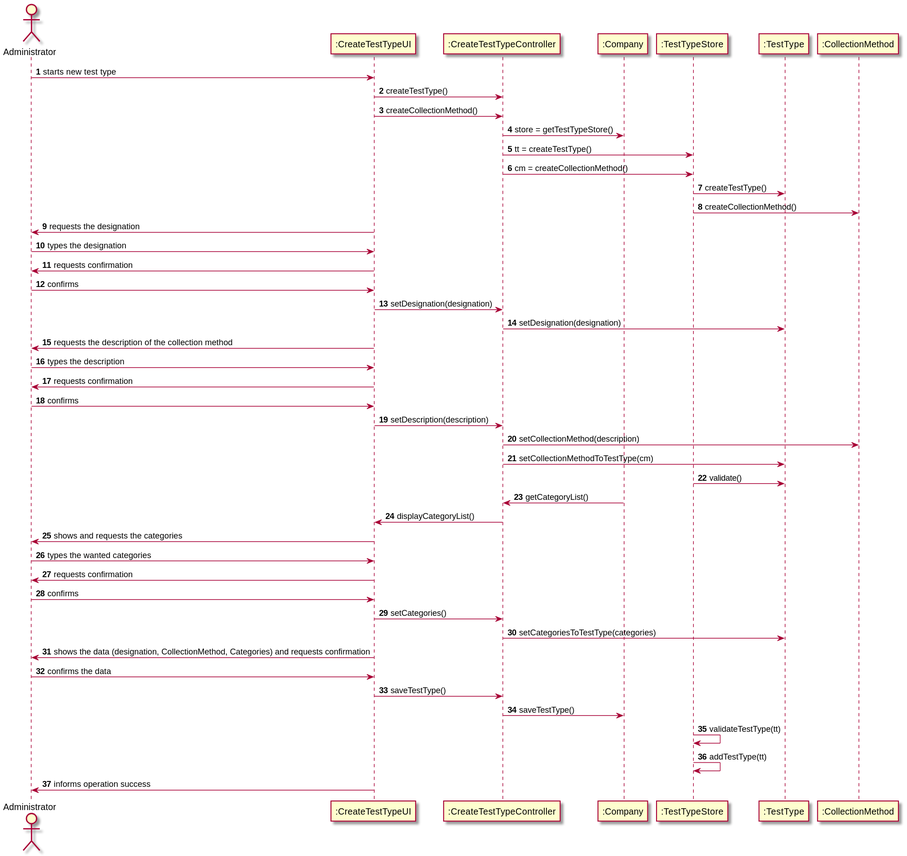
This is docs/SprintB/US9/US9_SD.svg from MadDinosaur/ISEP-LAPR2, a PlantUML export, as it was before one commit.
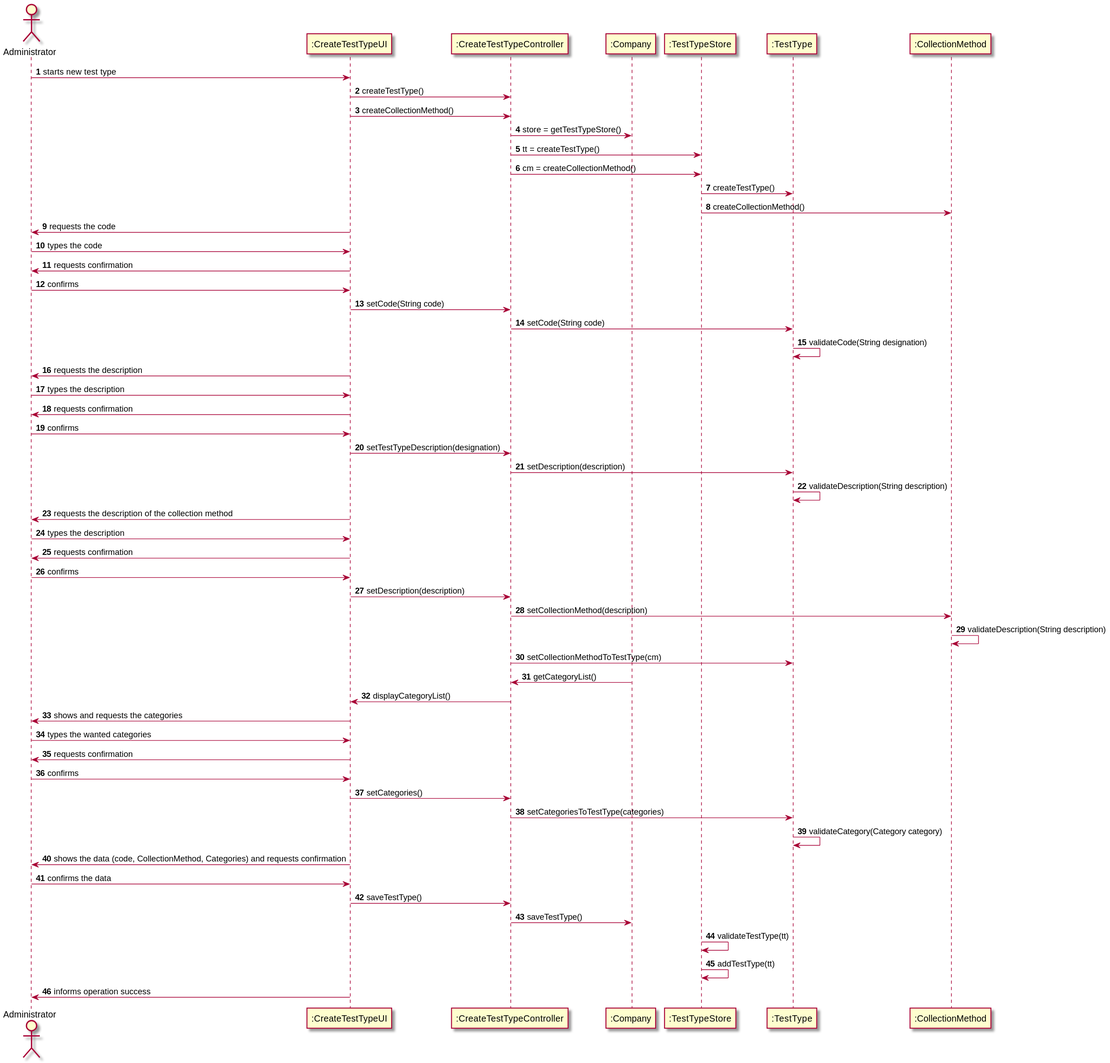
After the commit.

Diff of the diagram source:
```diff
@@ -14,13 +14,23 @@
 ":TestTypeStore" -> ":TestType": createTestType()
 ":TestTypeStore" -> ":CollectionMethod": createCollectionMethod()
 
-":CreateTestTypeUI" -> Administrator: requests the designation
-Administrator -> ":CreateTestTypeUI": types the designation
+":CreateTestTypeUI" -> Administrator: requests the code
+Administrator -> ":CreateTestTypeUI": types the code
 ":CreateTestTypeUI" -> Administrator: requests confirmation
 Administrator -> ":CreateTestTypeUI": confirms
 
-":CreateTestTypeUI" -> ":CreateTestTypeController": setDesignation(designation)
-":CreateTestTypeController" -> ":TestType": setDesignation(designation)
+":CreateTestTypeUI" -> ":CreateTestTypeController": setCode(String code)
+":CreateTestTypeController" -> ":TestType": setCode(String code)
+":TestType" -> ":TestType": validateCode(String designation)
+
+":CreateTestTypeUI" -> Administrator: requests the description
+Administrator -> ":CreateTestTypeUI": types the description
+":CreateTestTypeUI" -> Administrator: requests confirmation
+Administrator -> ":CreateTestTypeUI": confirms
+
+":CreateTestTypeUI" -> ":CreateTestTypeController": setTestTypeDescription(designation)
+":CreateTestTypeController" -> ":TestType": setDescription(description)
+":TestType" -> ":TestType": validateDescription(String description)
 
 ":CreateTestTypeUI" -> Administrator: requests the description of the collection method
 Administrator -> ":CreateTestTypeUI": types the description
@@ -30,9 +40,8 @@
 ":CreateTestTypeUI" -> ":CreateTestTypeController": setDescription(description)
 
 ":CreateTestTypeController" -> ":CollectionMethod": setCollectionMethod(description)
+":CollectionMethod" -> ":CollectionMethod": validateDescription(String description)
 ":CreateTestTypeController" -> ":TestType": setCollectionMethodToTestType(cm)
-
-":TestTypeStore" -> ":TestType": validate()
 
 ":Company" -> ":CreateTestTypeController": getCategoryList()
 ":CreateTestTypeController" -> ":CreateTestTypeUI": displayCategoryList()
@@ -44,7 +53,8 @@
 
 ":CreateTestTypeUI" -> ":CreateTestTypeController": setCategories()
 ":CreateTestTypeController" -> ":TestType": setCategoriesToTestType(categories)
-":CreateTestTypeUI" -> Administrator: shows the data (designation, CollectionMethod, Categories) and requests confirmation
+":TestType" -> ":TestType": validateCategory(Category category)
+":CreateTestTypeUI" -> Administrator: shows the data (code, CollectionMethod, Categories) and requests confirmation
 Administrator -> ":CreateTestTypeUI": confirms the data
 ":CreateTestTypeUI" -> ":CreateTestTypeController": saveTestType()
 ":CreateTestTypeController" -> ":Company": saveTestType()
```
